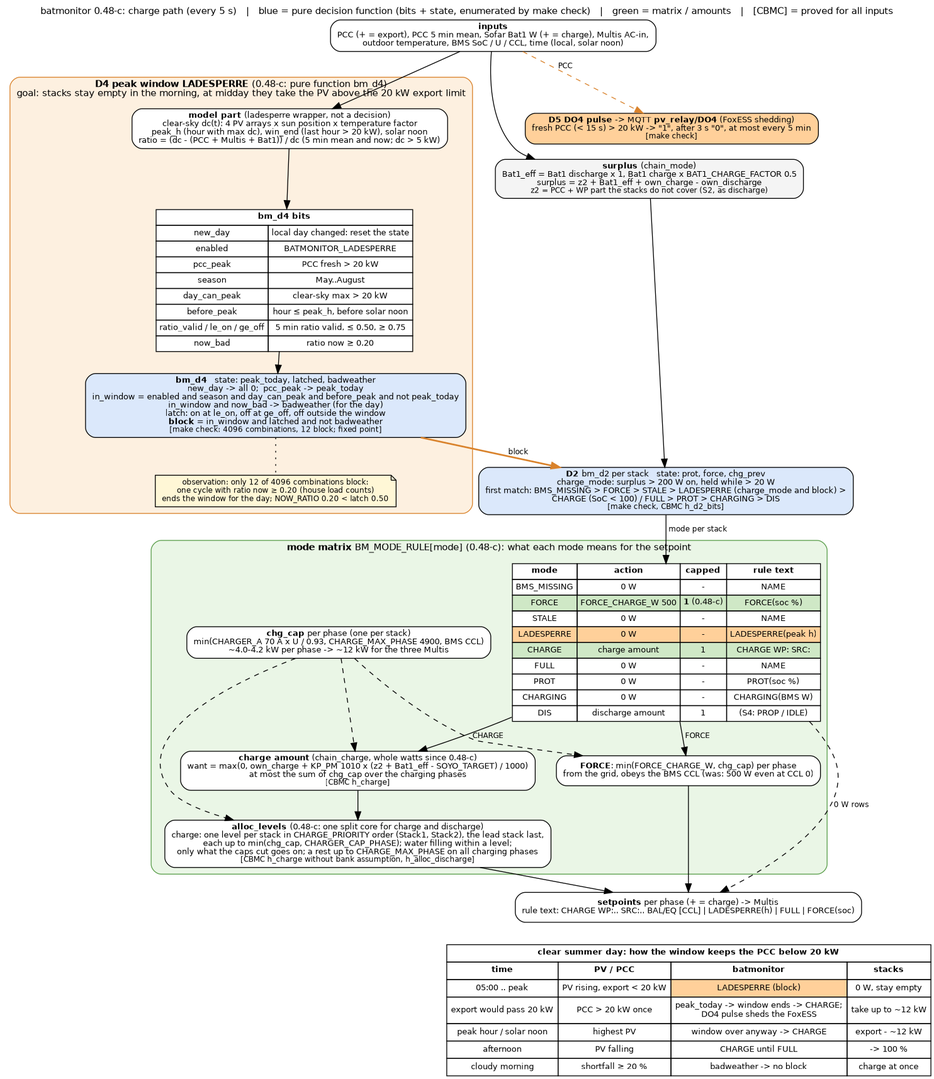
The Graphviz diagram docs/charge_flow.png in gerontec/victron, before a commit. Its source is kept beside it as docs/charge_flow.dot.
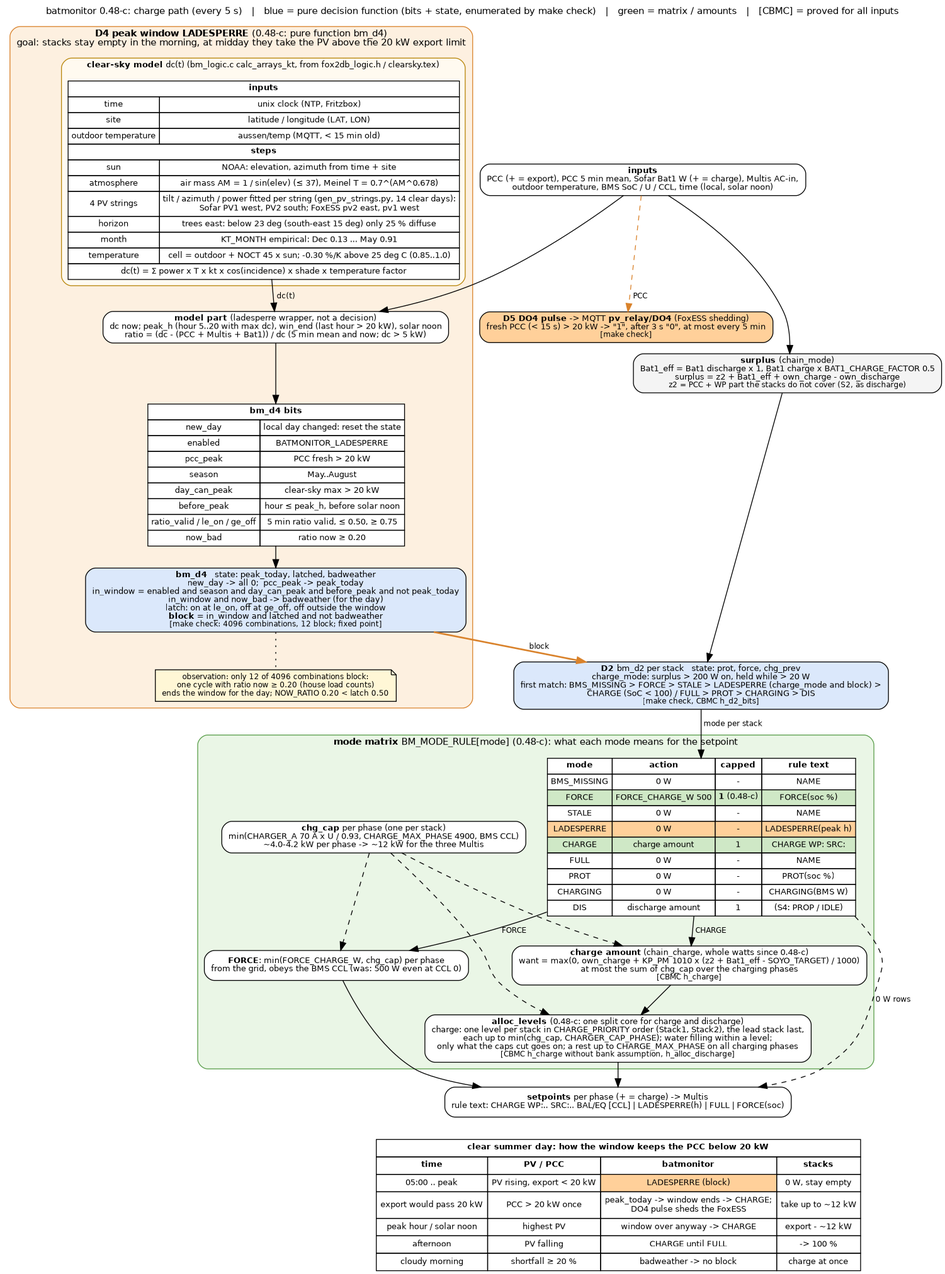
After the commit.

Commit message:
docs/charge_flow: where the clear-sky model comes from (inputs, NOAA sun, Meinel air mass, 4 fitted strings, tree horizon, KT_MONTH, temperature factor)

The edit, as a diff of the source:
```diff
@@ -12,7 +12,27 @@
 	subgraph cluster_d4 {
 		label=<<b>D4 peak window LADESPERRE</b> (0.48-c: pure function bm_d4)<br/>goal: stacks stay empty in the morning, at midday they take the PV above the 20 kW export limit>;
 		style="rounded,filled"; fillcolor="#fdf0e0"; color="#d9822b"; fontsize=11;
-		model [label=<<b>model part</b> (ladesperre wrapper, not a decision)<br/>clear-sky dc(t): 4 PV arrays x sun position x temperature factor<br/>peak_h (hour with max dc), win_end (last hour &gt; 20 kW), solar noon<br/>ratio = (dc - (PCC + Multis + Bat1)) / dc (5 min mean and now; dc &gt; 5 kW)>, fillcolor="#ffffff"];
+		subgraph cluster_sky {
+			label=<<b>clear-sky model</b> dc(t) (bm_logic.c calc_arrays_kt, from fox2db_logic.h / clearsky.tex)>;
+			style="rounded,filled"; fillcolor="#fffaf0"; color="#b8860b"; fontsize=10;
+			sky [shape=plain, label=<
+				<table border="0" cellborder="1" cellspacing="0" cellpadding="3" bgcolor="#ffffff">
+				<tr><td colspan="2"><b>inputs</b></td></tr>
+				<tr><td>time</td><td>unix clock (NTP, Fritzbox)</td></tr>
+				<tr><td>site</td><td>latitude / longitude (LAT, LON)</td></tr>
+				<tr><td>outdoor temperature</td><td>aussen/temp (MQTT, &lt; 15 min old)</td></tr>
+				<tr><td colspan="2"><b>steps</b></td></tr>
+				<tr><td>sun</td><td>NOAA: elevation, azimuth from time + site</td></tr>
+				<tr><td>atmosphere</td><td>air mass AM = 1 / sin(elev) (&le; 37), Meinel T = 0.7^(AM^0.678)</td></tr>
+				<tr><td>4 PV strings</td><td>tilt / azimuth / power fitted per string (gen_pv_strings.py, 14 clear days):<br/>Sofar PV1 west, PV2 south; FoxESS pv2 east, pv1 west</td></tr>
+				<tr><td>horizon</td><td>trees east: below 23 deg (south-east 15 deg) only 25 % diffuse</td></tr>
+				<tr><td>month</td><td>KT_MONTH empirical: Dec 0.13 ... May 0.91</td></tr>
+				<tr><td>temperature</td><td>cell = outdoor + NOCT 45 x sun; -0.30 %/K above 25 deg C (0.85..1.0)</td></tr>
+				<tr><td colspan="2">dc(t) = &Sigma; power x T x kt x cos(incidence) x shade x temperature factor</td></tr>
+				</table>>];
+		}
+		model [label=<<b>model part</b> (ladesperre wrapper, not a decision)<br/>dc now; peak_h (hour 5..20 with max dc), win_end (last hour &gt; 20 kW), solar noon<br/>ratio = (dc - (PCC + Multis + Bat1)) / dc (5 min mean and now; dc &gt; 5 kW)>, fillcolor="#ffffff"];
+		sky -> model [label=" dc(t)"];
 		d4bits [shape=plain, label=<
 			<table border="0" cellborder="1" cellspacing="0" cellpadding="3" bgcolor="#ffffff">
 			<tr><td colspan="2"><b>bm_d4 bits</b></td></tr>
```
